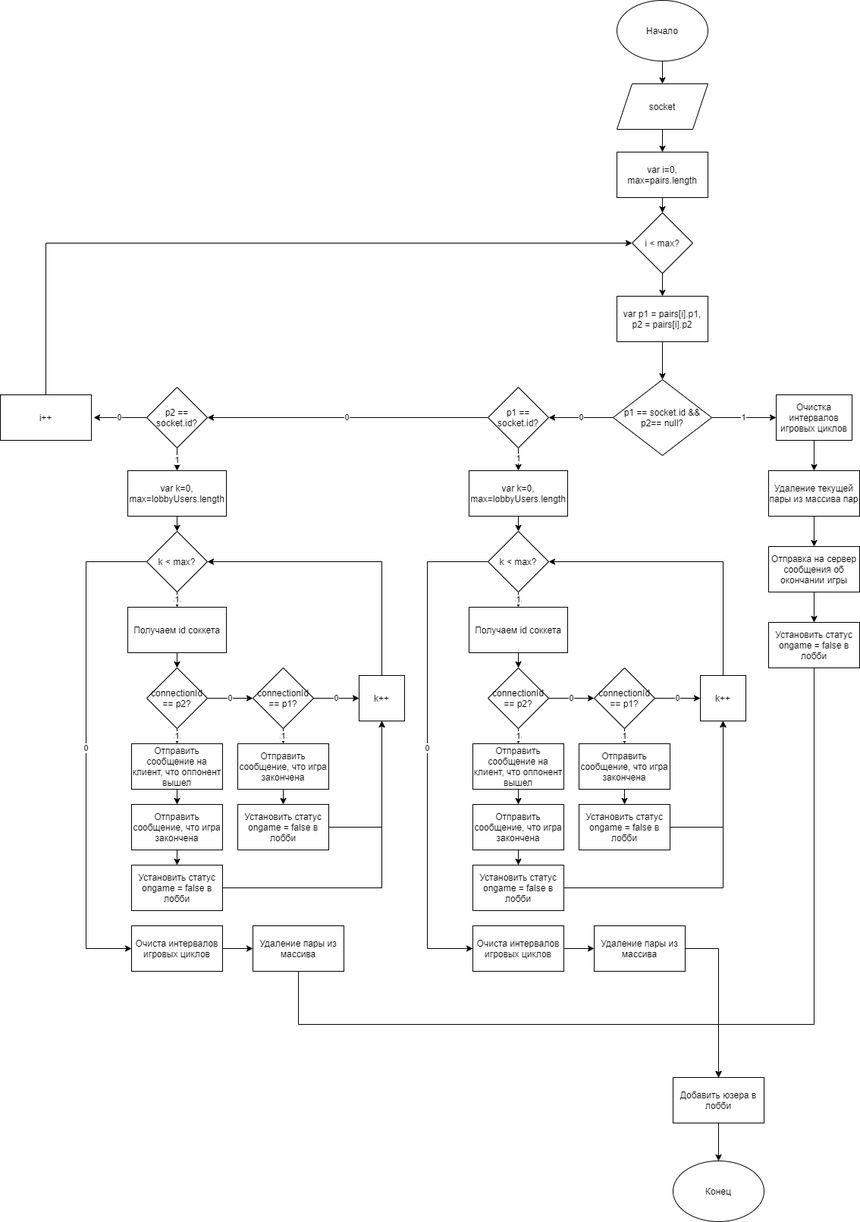
The draw.io diagram IMAGES/Отменить игру.png in OneBumBot/Lab4_Pong, before a commit. Source tidied: cells renumbered, new cells last; positions are measured from the earlier drawing's top-left corner, leaving out a move shared by most shapes.
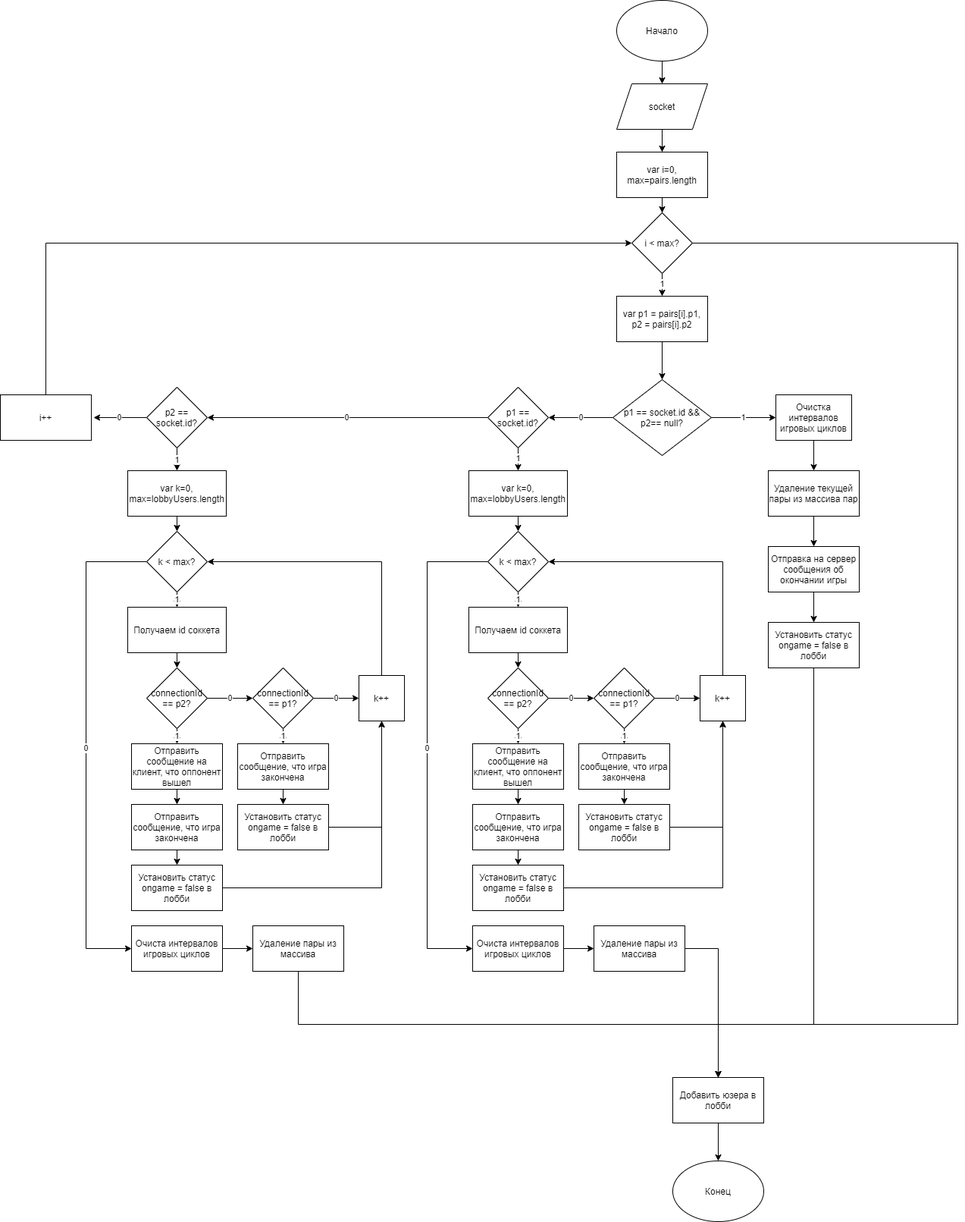
After the change.

What changed in the source:
```diff
@@ -23,9 +23,18 @@
     <mxCell id="8" value="var i=0, max=pairs.length" style="whiteSpace=wrap;html=1;" parent="1" vertex="1">
       <mxGeometry x="813" y="200" width="120" height="60" as="geometry" />
     </mxCell>
-    <mxCell id="9" style="edgeStyle=orthogonalEdgeStyle;rounded=0;jettySize=auto;html=1;" parent="1" edge="1" source="10" target="12">
+    <mxCell id="9" value="1" style="edgeStyle=orthogonalEdgeStyle;rounded=0;jettySize=auto;html=1;" parent="1" edge="1" source="10" target="12">
       <mxGeometry relative="1" as="geometry" />
     </mxCell>
+    <mxCell id="92" style="edgeStyle=orthogonalEdgeStyle;rounded=0;jettySize=auto;html=1;exitX=1;exitY=0.5;exitDx=0;exitDy=0;entryX=0.5;entryY=0;entryDx=0;entryDy=0;" parent="1" edge="1" source="10" target="91">
+      <mxGeometry relative="1" as="geometry">
+        <Array as="points">
+          <mxPoint x="1263" y="320" />
+          <mxPoint x="1263" y="1350" />
+          <mxPoint x="947" y="1350" />
+        </Array>
+      </mxGeometry>
+    </mxCell>
     <mxCell id="10" value="i &amp;lt; max?" style="rhombus;whiteSpace=wrap;html=1;" parent="1" vertex="1">
       <mxGeometry x="833" y="280" width="80" height="80" as="geometry" />
     </mxCell>
```
